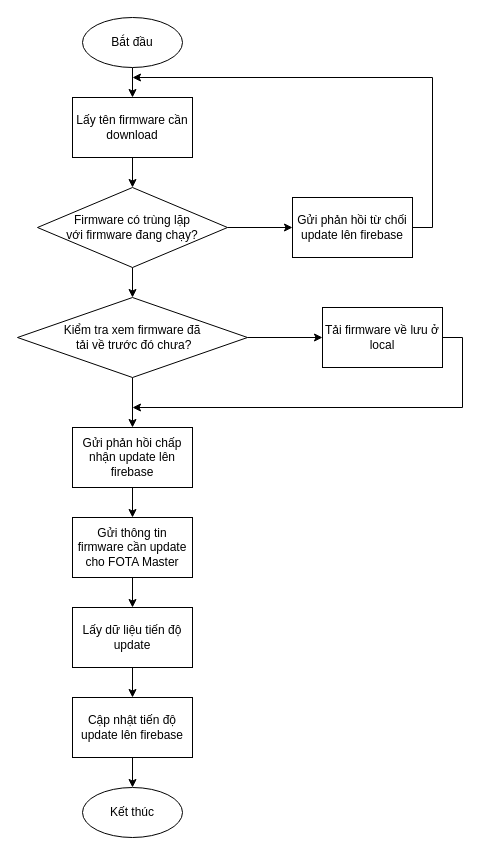
Earlier version of the draw.io diagram page "FOTA__CONNECT_Lưu đồ" (4 of 6) of STM32_01.drawio (thanhtung386/web_iot_interface). Source tidied: cells renumbered, new cells numbered last; positions are measured from the earlier drawing's top-left corner, leaving out a move shared by most shapes. Both pictures are drawn from the tidied source at 100%, with x=0, y=0 at pixel (17, 17).
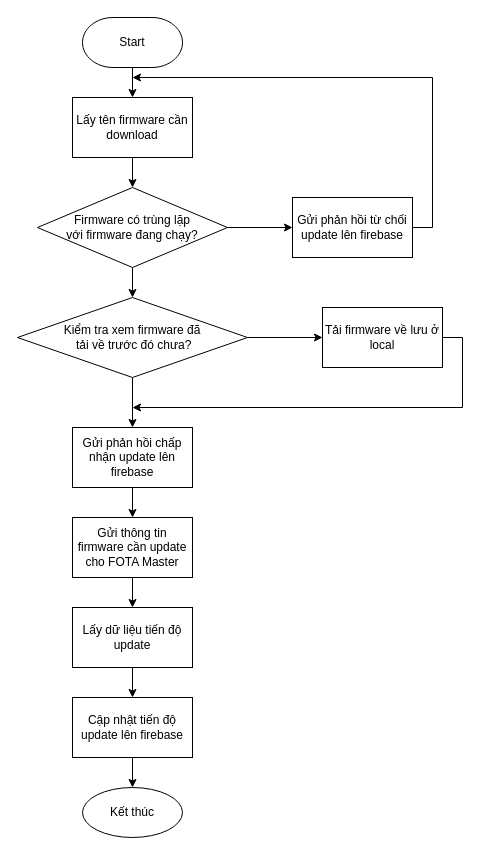
After the change.

What changed in the source:
```diff
@@
-    <mxCell id="15" value="Bắt đầu" style="ellipse;whiteSpace=wrap;html=1;" parent="1" vertex="1">
+    <mxCell id="15" value="Start" style="whiteSpace=wrap;html=1;strokeWidth=1;shape=mxgraph.flowchart.terminator;" parent="1" vertex="1">
       <mxGeometry x="65" width="100" height="50" as="geometry" />
     </mxCell>
```
